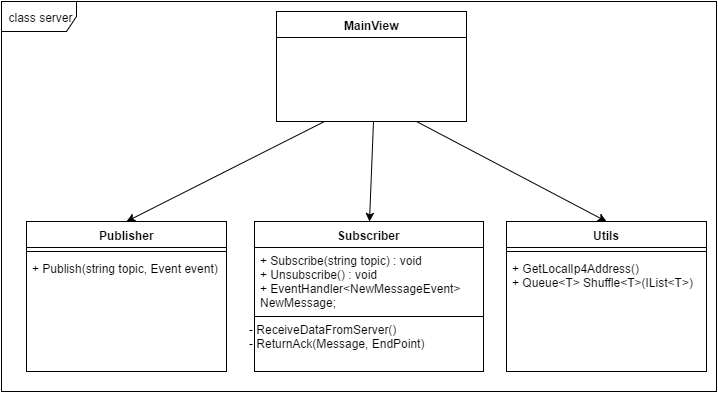
The draw.io diagram Report/figure/server_class.png in Rotvig/Architecture-and-Design-of-Distributed-Dependable-Systems-TI-ARDI, before a commit. Source tidied: cells renumbered, new cells last; positions are measured from the earlier drawing's top-left corner, leaving out a move shared by most shapes.
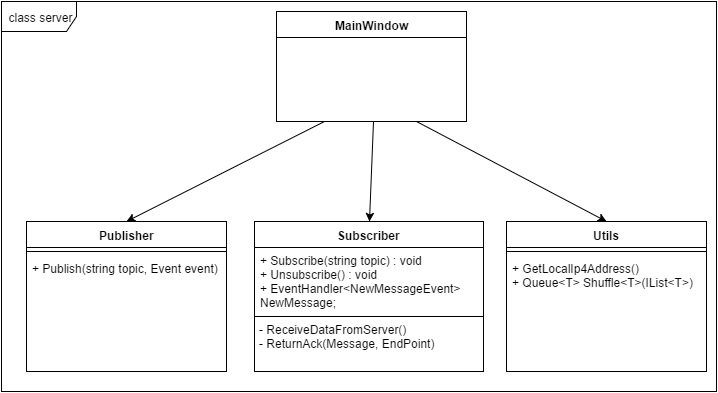
The same file after the commit.

Change to the diagram source:
```diff
@@ -10,7 +10,7 @@
         <mxPoint x="372" y="120" as="sourcePoint" />
       </mxGeometry>
     </mxCell>
-    <mxCell id="4" value="MainView" style="swimlane;html=1;fontStyle=1;align=center;verticalAlign=top;horizontal=1;startSize=26;swimlaneFillColor=#ffffff;" parent="1" vertex="1">
+    <mxCell id="4" value="MainWindow" style="swimlane;html=1;fontStyle=1;align=center;verticalAlign=top;horizontal=1;startSize=26;swimlaneFillColor=#ffffff;" parent="1" vertex="1">
       <mxGeometry x="275" y="10" width="190" height="110" as="geometry" />
     </mxCell>
     <mxCell id="5" value="Subscriber" style="swimlane;html=1;fontStyle=1;align=center;verticalAlign=top;horizontal=1;startSize=26;swimlaneFillColor=#ffffff;" parent="1" vertex="1">
@@ -49,7 +49,7 @@
       </mxGeometry>
     </mxCell>
     <mxCell id="16" value="&lt;div&gt;&lt;div&gt;- ReceiveDataFromServer()&lt;/div&gt;&lt;/div&gt;&lt;div&gt;- ReturnAck(Message, EndPoint)&lt;br&gt;&lt;/div&gt;" style="text;html=1;strokeColor=none;fillColor=none;align=left;verticalAlign=top;spacingLeft=4;spacingRight=4;whiteSpace=wrap;overflow=hidden;" parent="1" vertex="1">
-      <mxGeometry x="242" y="315" width="210" height="46" as="geometry" />
+      <mxGeometry x="252" y="315" width="210" height="46" as="geometry" />
     </mxCell>
   </root>
 </mxGraphModel>
```
